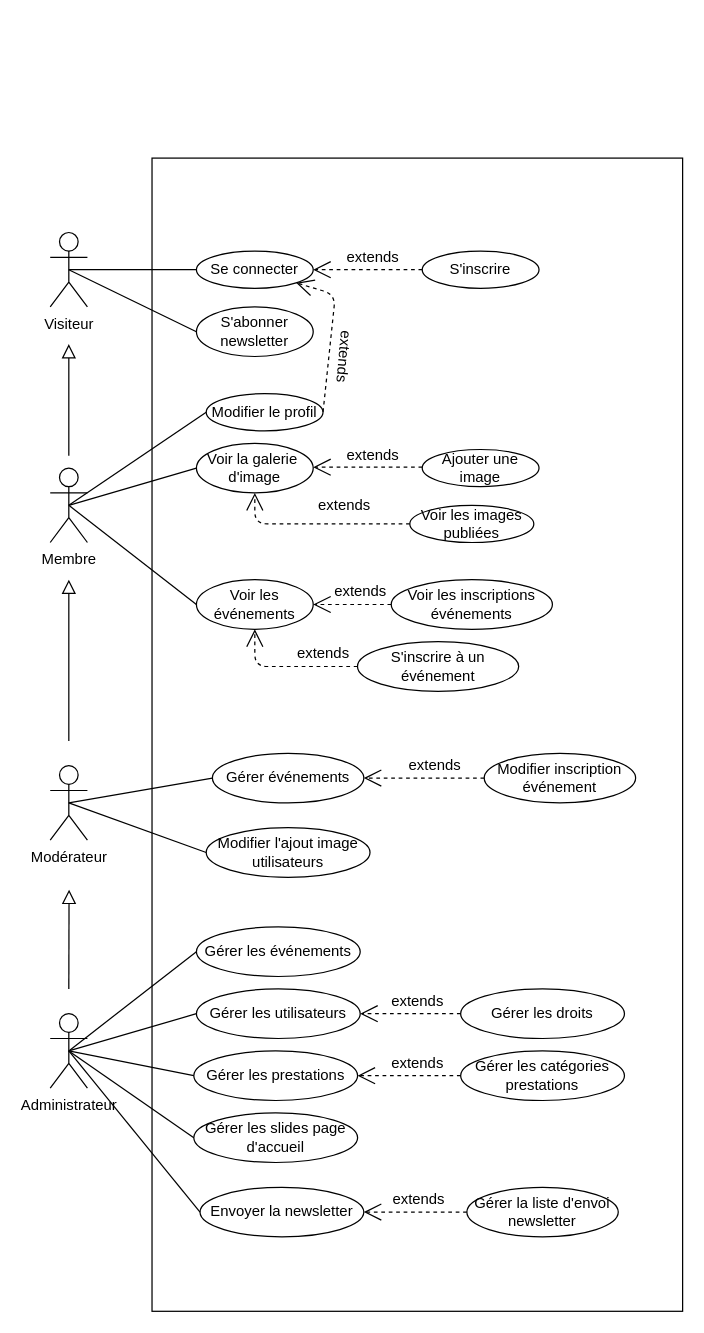
This is 1_Analyse/4_UML/Cas_utilisation/Beaute_naturelle (3) (4) (2).drawio from OlivierR68/beaute-naturelle.fr, a draw.io file, before an edit. Source tidied: cells renumbered, new cells numbered last; positions are measured from the earlier drawing's top-left corner, leaving out a move shared by most shapes. Both pictures are drawn from the tidied source at 124%, with x=0, y=0 at pixel (50, 157).
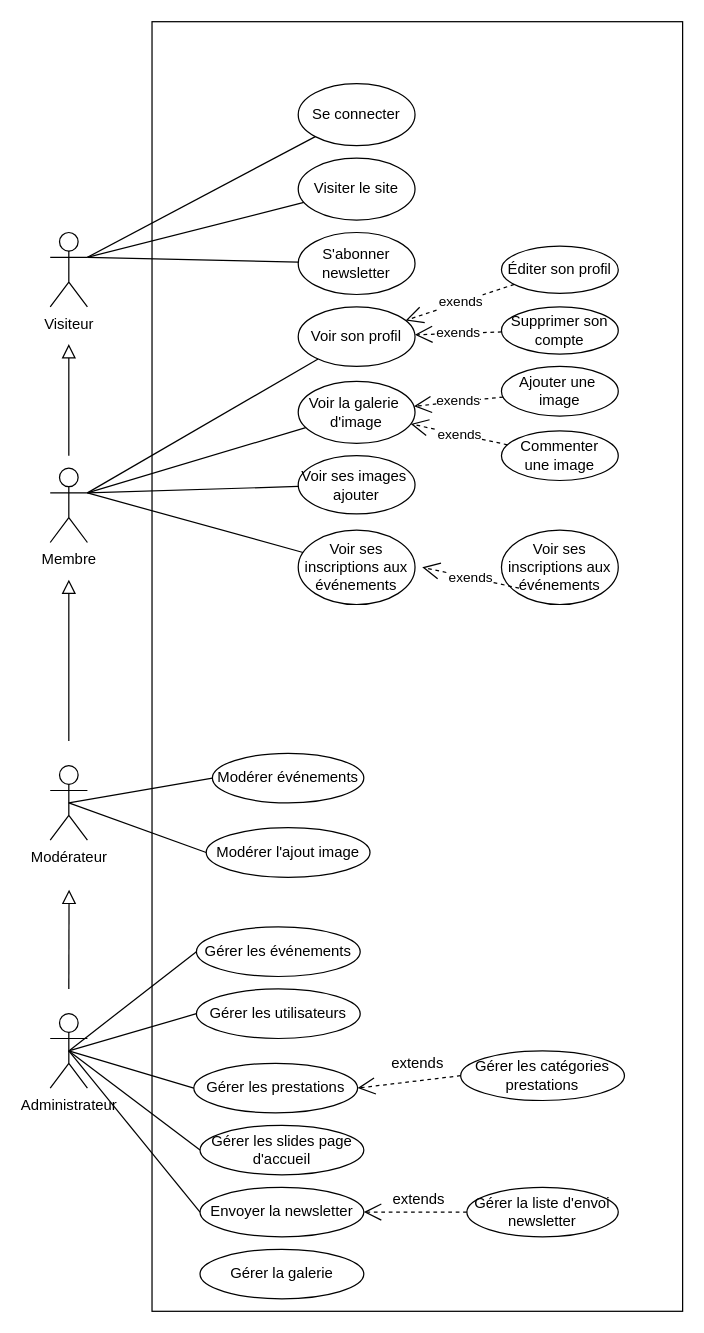
Above is the later version.

Unchanged cells that the change refers to:
```xml
<mxCell id="4" value="Visiteur" style="shape=umlActor;verticalLabelPosition=bottom;labelBackgroundColor=#ffffff;verticalAlign=top;html=1;outlineConnect=0;" parent="1" vertex="1">
  <mxGeometry y="60" width="30" height="60" as="geometry" />
</mxCell>
<mxCell id="7" value="Membre&lt;br&gt;" style="shape=umlActor;verticalLabelPosition=bottom;labelBackgroundColor=#ffffff;verticalAlign=top;html=1;outlineConnect=0;" parent="1" vertex="1">
  <mxGeometry y="250" width="30" height="60" as="geometry" />
</mxCell>
<mxCell id="48" value="Gérer les utilisateurs" style="ellipse;whiteSpace=wrap;html=1;" parent="1" vertex="1">
  <mxGeometry x="117.9" y="670" width="132.1" height="40" as="geometry" />
</mxCell>
```

What changed in the source:
```diff
@@
     <mxCell id="10" style="rounded=0;whiteSpace=wrap;html=1;align=left;" parent="1" vertex="1">
-      <mxGeometry x="82.1" width="427.9" height="930" as="geometry" />
+      <mxGeometry x="82.1" y="-110" width="427.9" height="1040" as="geometry" />
     </mxCell>
     <mxCell id="11" value="Se connecter" style="ellipse;whiteSpace=wrap;html=1;" parent="1" vertex="1">
-      <mxGeometry x="117.9" y="75" width="94.2" height="30" as="geometry" />
+      <mxGeometry x="200" y="-60" width="94.2" height="50" as="geometry" />
     </mxCell>
-    <mxCell id="12" value="Use" style="endArrow=open;endSize=12;dashed=1;html=1;labelBackgroundColor=#ffffff;strokeColor=#000000;fontColor=none;entryX=1;entryY=0.5;entryDx=0;entryDy=0;noLabel=1;exitX=0;exitY=0.5;exitDx=0;exitDy=0;" parent="1" edge="1" source="13" target="11">
-      <mxGeometry relative="1" as="geometry" />
-    </mxCell>
-    <mxCell id="13" value="S'inscrire" style="ellipse;whiteSpace=wrap;html=1;" parent="1" vertex="1">
-      <mxGeometry x="300" y="75" width="94.2" height="30" as="geometry" />
+    <mxCell id="13" value="Ajouter une&amp;nbsp;&lt;br&gt;image" style="ellipse;whiteSpace=wrap;html=1;" parent="1" vertex="1">
+      <mxGeometry x="363.9" y="168" width="94.2" height="40" as="geometry" />
     </mxCell>
-    <mxCell id="14" value="extends" style="text;html=1;align=center;verticalAlign=middle;" parent="1" vertex="1">
-      <mxGeometry x="230" y="70" width="60" height="20" as="geometry" />
-    </mxCell>
-    <mxCell id="15" style="endArrow=none;html=1;exitX=0.5;exitY=0.5;exitDx=0;exitDy=0;exitPerimeter=0;entryX=0;entryY=0.5;entryDx=0;entryDy=0;" parent="1" edge="1" source="4" target="11">
+    <mxCell id="15" style="endArrow=none;html=1;exitX=1;exitY=0.3333333333333333;exitDx=0;exitDy=0;exitPerimeter=0;" parent="1" edge="1" source="4" target="11">
       <mxGeometry relative="1" as="geometry" />
     </mxCell>
-    <mxCell id="16" value="S'abonner newsletter" style="ellipse;whiteSpace=wrap;html=1;" parent="1" vertex="1">
-      <mxGeometry x="117.9" y="120" width="94.2" height="40" as="geometry" />
+    <mxCell id="16" value="Visiter le site" style="ellipse;whiteSpace=wrap;html=1;" parent="1" vertex="1">
+      <mxGeometry x="200" width="94.2" height="50" as="geometry" />
     </mxCell>
-    <mxCell id="17" style="endArrow=none;html=1;exitX=0.5;exitY=0.5;exitDx=0;exitDy=0;exitPerimeter=0;entryX=0;entryY=0.5;entryDx=0;entryDy=0;" parent="1" edge="1" source="4" target="16">
+    <mxCell id="17" style="endArrow=none;html=1;exitX=1;exitY=0.3333333333333333;exitDx=0;exitDy=0;exitPerimeter=0;" parent="1" edge="1" source="4" target="16">
       <mxGeometry relative="1" as="geometry" />
     </mxCell>
     <mxCell id="18" value="Voir la galerie&amp;nbsp;&lt;br&gt;d'image" style="ellipse;whiteSpace=wrap;html=1;" parent="1" vertex="1">
-      <mxGeometry x="117.9" y="230" width="94.2" height="40" as="geometry" />
+      <mxGeometry x="200" y="180" width="94.2" height="50" as="geometry" />
     </mxCell>
-    <mxCell id="19" value="extends" style="text;html=1;align=center;verticalAlign=middle;" parent="1" vertex="1">
-      <mxGeometry x="230" y="230" width="60" height="20" as="geometry" />
-    </mxCell>
-    <mxCell id="20" value="Use" style="endArrow=open;endSize=12;dashed=1;html=1;labelBackgroundColor=#ffffff;strokeColor=#000000;fontColor=none;entryX=1;entryY=0.5;entryDx=0;entryDy=0;noLabel=1;exitX=0;exitY=0.5;exitDx=0;exitDy=0;" parent="1" edge="1">
-      <mxGeometry relative="1" as="geometry">
-        <mxPoint x="300" y="249.3" as="sourcePoint" />
-        <mxPoint x="212.1" y="249.3" as="targetPoint" />
-      </mxGeometry>
-    </mxCell>
-    <mxCell id="21" value="Ajouter une image" style="ellipse;whiteSpace=wrap;html=1;" parent="1" vertex="1">
-      <mxGeometry x="300" y="235" width="94.2" height="30" as="geometry" />
-    </mxCell>
-    <mxCell id="22" value="Voir les événements" style="ellipse;whiteSpace=wrap;html=1;" parent="1" vertex="1">
-      <mxGeometry x="117.9" y="340" width="94.2" height="40" as="geometry" />
+    <mxCell id="22" value="Voir ses inscriptions aux événements" style="ellipse;whiteSpace=wrap;html=1;" parent="1" vertex="1">
+      <mxGeometry x="200" y="300" width="94.2" height="60" as="geometry" />
     </mxCell>
-    <mxCell id="23" value="Modifier le profil" style="ellipse;whiteSpace=wrap;html=1;" parent="1" vertex="1">
-      <mxGeometry x="125.8" y="190" width="94.2" height="30" as="geometry" />
+    <mxCell id="23" value="Voir son profil" style="ellipse;whiteSpace=wrap;html=1;" parent="1" vertex="1">
+      <mxGeometry x="200" y="120" width="94.2" height="48" as="geometry" />
     </mxCell>
-    <mxCell id="24" value="Voir les images&lt;br&gt;publiées" style="ellipse;whiteSpace=wrap;html=1;" parent="1" vertex="1">
-      <mxGeometry x="290" y="280" width="100" height="30" as="geometry" />
-    </mxCell>
-    <mxCell id="25" value="Use" style="endArrow=open;endSize=12;dashed=1;html=1;labelBackgroundColor=#ffffff;strokeColor=#000000;fontColor=none;entryX=0.5;entryY=1;entryDx=0;entryDy=0;noLabel=1;exitX=0;exitY=0.5;exitDx=0;exitDy=0;endFill=0;startArrow=none;startFill=0;startSize=12;" parent="1" edge="1" source="24" target="18">
-      <mxGeometry relative="1" as="geometry">
-        <Array as="points">
-          <mxPoint x="165" y="295" />
-        </Array>
-      </mxGeometry>
-    </mxCell>
-    <mxCell id="26" value="extends" style="text;html=1;align=center;verticalAlign=middle;" parent="1" vertex="1">
-      <mxGeometry x="207.1" y="270" width="60" height="20" as="geometry" />
-    </mxCell>
-    <mxCell id="27" value="Voir les inscriptions événements" style="ellipse;whiteSpace=wrap;html=1;" parent="1" vertex="1">
-      <mxGeometry x="275" y="340" width="130" height="40" as="geometry" />
-    </mxCell>
-    <mxCell id="28" value="S'inscrire à un événement" style="ellipse;whiteSpace=wrap;html=1;" parent="1" vertex="1">
-      <mxGeometry x="247.8" y="390" width="130" height="40" as="geometry" />
-    </mxCell>
-    <mxCell id="29" value="Use" style="endArrow=open;endSize=12;dashed=1;html=1;labelBackgroundColor=#ffffff;strokeColor=#000000;fontColor=none;entryX=1;entryY=0.5;entryDx=0;entryDy=0;noLabel=1;exitX=0;exitY=0.5;exitDx=0;exitDy=0;" parent="1" edge="1" source="27" target="22">
-      <mxGeometry relative="1" as="geometry" />
-    </mxCell>
-    <mxCell id="30" value="extends" style="text;html=1;align=center;verticalAlign=middle;" parent="1" vertex="1">
-      <mxGeometry x="220" y="340" width="60" height="20" as="geometry" />
-    </mxCell>
-    <mxCell id="31" value="Use" style="endArrow=open;endSize=12;dashed=1;html=1;labelBackgroundColor=#ffffff;strokeColor=#000000;fontColor=none;entryX=0.5;entryY=1;entryDx=0;entryDy=0;noLabel=1;exitX=0;exitY=0.5;exitDx=0;exitDy=0;endFill=0;startArrow=none;startFill=0;startSize=12;" parent="1" edge="1" source="28" target="22">
-      <mxGeometry relative="1" as="geometry">
-        <Array as="points">
-          <mxPoint x="165" y="410" />
-        </Array>
-      </mxGeometry>
-    </mxCell>
-    <mxCell id="32" value="extends" style="text;html=1;align=center;verticalAlign=middle;" parent="1" vertex="1">
-      <mxGeometry x="190" y="390" width="60" height="20" as="geometry" />
-    </mxCell>
-    <mxCell id="33" style="endArrow=none;html=1;exitX=0.5;exitY=0.5;exitDx=0;exitDy=0;exitPerimeter=0;entryX=0;entryY=0.5;entryDx=0;entryDy=0;" parent="1" edge="1" source="7" target="18">
+    <mxCell id="33" style="endArrow=none;html=1;exitX=1;exitY=0.3333333333333333;exitDx=0;exitDy=0;exitPerimeter=0;" parent="1" edge="1" source="7" target="18">
       <mxGeometry relative="1" as="geometry" />
     </mxCell>
-    <mxCell id="34" style="endArrow=none;html=1;exitX=0.5;exitY=0.5;exitDx=0;exitDy=0;exitPerimeter=0;entryX=0;entryY=0.5;entryDx=0;entryDy=0;" parent="1" edge="1" source="7" target="22">
+    <mxCell id="34" style="endArrow=none;html=1;exitX=1;exitY=0.3333333333333333;exitDx=0;exitDy=0;exitPerimeter=0;" parent="1" edge="1" source="7" target="22">
       <mxGeometry relative="1" as="geometry" />
     </mxCell>
-    <mxCell id="35" value="Use" style="endArrow=none;endSize=12;dashed=1;html=1;labelBackgroundColor=#ffffff;strokeColor=#000000;fontColor=none;entryX=1;entryY=0.5;entryDx=0;entryDy=0;noLabel=1;exitX=1;exitY=1;exitDx=0;exitDy=0;startArrow=open;startFill=0;endFill=0;startSize=12;" parent="1" edge="1" source="11" target="23">
-      <mxGeometry relative="1" as="geometry">
-        <Array as="points">
-          <mxPoint x="230" y="110" />
-        </Array>
-      </mxGeometry>
-    </mxCell>
-    <mxCell id="36" value="extends" style="text;html=1;align=center;verticalAlign=middle;rotation=95;" parent="1" vertex="1">
-      <mxGeometry x="207.1" y="150" width="60" height="20" as="geometry" />
-    </mxCell>
-    <mxCell id="37" style="endArrow=none;html=1;exitX=0.5;exitY=0.5;exitDx=0;exitDy=0;exitPerimeter=0;entryX=0;entryY=0.5;entryDx=0;entryDy=0;" parent="1" edge="1" source="7" target="23">
+    <mxCell id="37" style="endArrow=none;html=1;exitX=1;exitY=0.3333333333333333;exitDx=0;exitDy=0;exitPerimeter=0;" parent="1" edge="1" source="7" target="23">
       <mxGeometry relative="1" as="geometry" />
     </mxCell>
-    <mxCell id="38" value="Modifier inscription événement" style="ellipse;whiteSpace=wrap;html=1;" parent="1" vertex="1">
-      <mxGeometry x="350" y="480" width="122.1" height="40" as="geometry" />
-    </mxCell>
-    <mxCell id="39" value="Modifier l'ajout image&lt;br&gt;utilisateurs" style="ellipse;whiteSpace=wrap;html=1;" parent="1" vertex="1">
+    <mxCell id="39" value="Modérer l'ajout image" style="ellipse;whiteSpace=wrap;html=1;" parent="1" vertex="1">
       <mxGeometry x="125.8" y="540" width="132.1" height="40" as="geometry" />
     </mxCell>
@@
     <mxCell id="41" value="Gérer les prestations" style="ellipse;whiteSpace=wrap;html=1;" parent="1" vertex="1">
-      <mxGeometry x="115.8" y="720" width="132.1" height="40" as="geometry" />
+      <mxGeometry x="115.8" y="730" width="132.1" height="40" as="geometry" />
     </mxCell>
@@
     <mxCell id="46" value="Gérer les slides page d'accueil" style="ellipse;whiteSpace=wrap;html=1;" parent="1" vertex="1">
-      <mxGeometry x="115.8" y="770" width="132.1" height="40" as="geometry" />
+      <mxGeometry x="120.8" y="780" width="132.1" height="40" as="geometry" />
     </mxCell>
@@
-    <mxCell id="50" value="Gérer les droits" style="ellipse;whiteSpace=wrap;html=1;" parent="1" vertex="1">
-      <mxGeometry x="331" y="670" width="132.1" height="40" as="geometry" />
-    </mxCell>
-    <mxCell id="51" value="Use" style="endArrow=open;endSize=12;dashed=1;html=1;labelBackgroundColor=#ffffff;strokeColor=#000000;fontColor=none;entryX=1;entryY=0.5;entryDx=0;entryDy=0;noLabel=1;exitX=0;exitY=0.5;exitDx=0;exitDy=0;endFill=0;startArrow=none;startFill=0;startSize=12;" parent="1" edge="1" source="50" target="48">
-      <mxGeometry relative="1" as="geometry" />
-    </mxCell>
-    <mxCell id="52" value="extends" style="text;html=1;align=center;verticalAlign=middle;" parent="1" vertex="1">
-      <mxGeometry x="266" y="670" width="60" height="20" as="geometry" />
-    </mxCell>
@@
-    <mxCell id="55" value="Gérer événements" style="ellipse;whiteSpace=wrap;html=1;" parent="1" vertex="1">
+    <mxCell id="55" value="Modérer événements" style="ellipse;whiteSpace=wrap;html=1;" parent="1" vertex="1">
       <mxGeometry x="130.8" y="480" width="122.1" height="40" as="geometry" />
     </mxCell>
@@
-    <mxCell id="57" value="Use" style="endArrow=open;endSize=12;dashed=1;html=1;labelBackgroundColor=#ffffff;strokeColor=#000000;fontColor=none;entryX=1;entryY=0.5;entryDx=0;entryDy=0;noLabel=1;exitX=0;exitY=0.5;exitDx=0;exitDy=0;" parent="1" edge="1" source="38" target="55">
-      <mxGeometry relative="1" as="geometry" />
-    </mxCell>
-    <mxCell id="58" value="extends" style="text;html=1;align=center;verticalAlign=middle;" parent="1" vertex="1">
-      <mxGeometry x="280" y="480" width="60" height="20" as="geometry" />
-    </mxCell>
@@
+    <mxCell id="64" value="Gérer la galerie" style="ellipse;whiteSpace=wrap;html=1;" parent="1" vertex="1">
+      <mxGeometry x="120.8" y="880" width="132.1" height="40" as="geometry" />
+    </mxCell>
+    <mxCell id="65" value="Voir ses images&amp;nbsp;&lt;br&gt;ajouter" style="ellipse;whiteSpace=wrap;html=1;" parent="1" vertex="1">
+      <mxGeometry x="200" y="240" width="94.2" height="47" as="geometry" />
+    </mxCell>
+    <mxCell id="66" style="endArrow=none;html=1;entryX=1;entryY=0.3333333333333333;entryDx=0;entryDy=0;entryPerimeter=0;" parent="1" edge="1" source="65" target="7">
+      <mxGeometry relative="1" as="geometry" />
+    </mxCell>
+    <mxCell id="67" value="Supprimer son compte" style="ellipse;whiteSpace=wrap;html=1;" parent="1" vertex="1">
+      <mxGeometry x="363.9" y="120" width="94.2" height="38" as="geometry" />
+    </mxCell>
+    <mxCell id="68" value="Éditer son profil" style="ellipse;whiteSpace=wrap;html=1;" parent="1" vertex="1">
+      <mxGeometry x="363.9" y="71" width="94.2" height="38" as="geometry" />
+    </mxCell>
+    <mxCell id="69" value="exends" style="endArrow=open;endSize=12;dashed=1;html=1;" parent="1" edge="1" source="13" target="18">
+      <mxGeometry relative="1" as="geometry" />
+    </mxCell>
+    <mxCell id="70" value="Commenter&lt;br&gt;une image" style="ellipse;whiteSpace=wrap;html=1;" parent="1" vertex="1">
+      <mxGeometry x="363.9" y="220" width="94.2" height="40" as="geometry" />
+    </mxCell>
+    <mxCell id="71" value="exends" style="endArrow=open;endSize=12;dashed=1;html=1;" parent="1" edge="1" source="67" target="23">
+      <mxGeometry relative="1" as="geometry" />
+    </mxCell>
+    <mxCell id="72" value="exends" style="endArrow=open;endSize=12;dashed=1;html=1;" parent="1" edge="1" source="70" target="18">
+      <mxGeometry relative="1" as="geometry" />
+    </mxCell>
+    <mxCell id="73" value="exends" style="endArrow=open;endSize=12;dashed=1;html=1;" parent="1" edge="1" source="68" target="23">
+      <mxGeometry relative="1" as="geometry" />
+    </mxCell>
+    <mxCell id="74" value="S'abonner newsletter" style="ellipse;whiteSpace=wrap;html=1;" parent="1" vertex="1">
+      <mxGeometry x="200" y="60" width="94.2" height="50" as="geometry" />
+    </mxCell>
+    <mxCell id="75" style="endArrow=none;html=1;exitX=1;exitY=0.3333333333333333;exitDx=0;exitDy=0;exitPerimeter=0;" parent="1" edge="1" source="4" target="74">
+      <mxGeometry relative="1" as="geometry" />
+    </mxCell>
+    <mxCell id="76" value="Voir ses inscriptions aux événements" style="ellipse;whiteSpace=wrap;html=1;" parent="1" vertex="1">
+      <mxGeometry x="363.9" y="300" width="94.2" height="60" as="geometry" />
+    </mxCell>
+    <mxCell id="77" value="exends" style="endArrow=open;endSize=12;dashed=1;html=1;" parent="1" edge="1">
+      <mxGeometry relative="1" as="geometry">
+        <mxPoint x="378.1" y="346.8" as="sourcePoint" />
+        <mxPoint x="300" y="330" as="targetPoint" />
+      </mxGeometry>
+    </mxCell>
```
